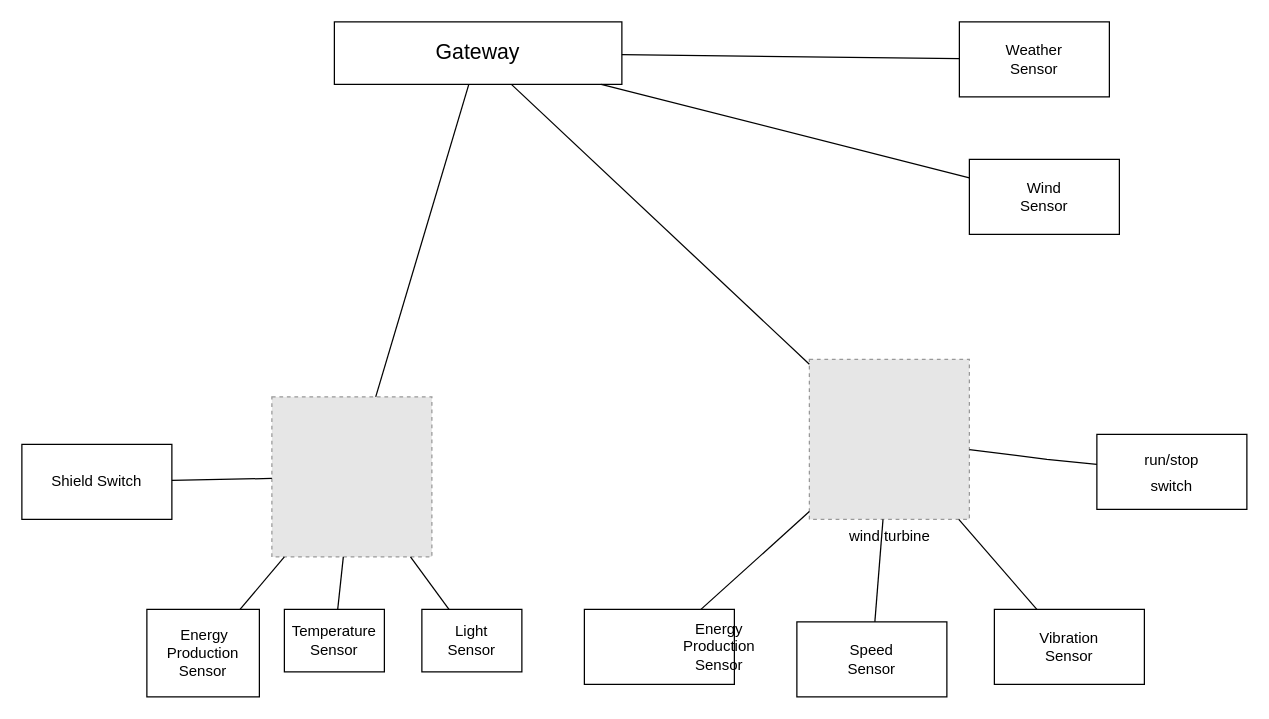
Before: energy production.drawio in micheleintrevado/SE4IOT, a draw.io diagram. Source tidied: cells renumbered, new cells numbered last; positions are measured from the earlier drawing's top-left corner, leaving out a move shared by most shapes. Both pictures are drawn from the tidied source at 125%, with x=0, y=0 at pixel (21, 21). Pictures stored in the file or linked from it are replaced by grey dashed boxes.
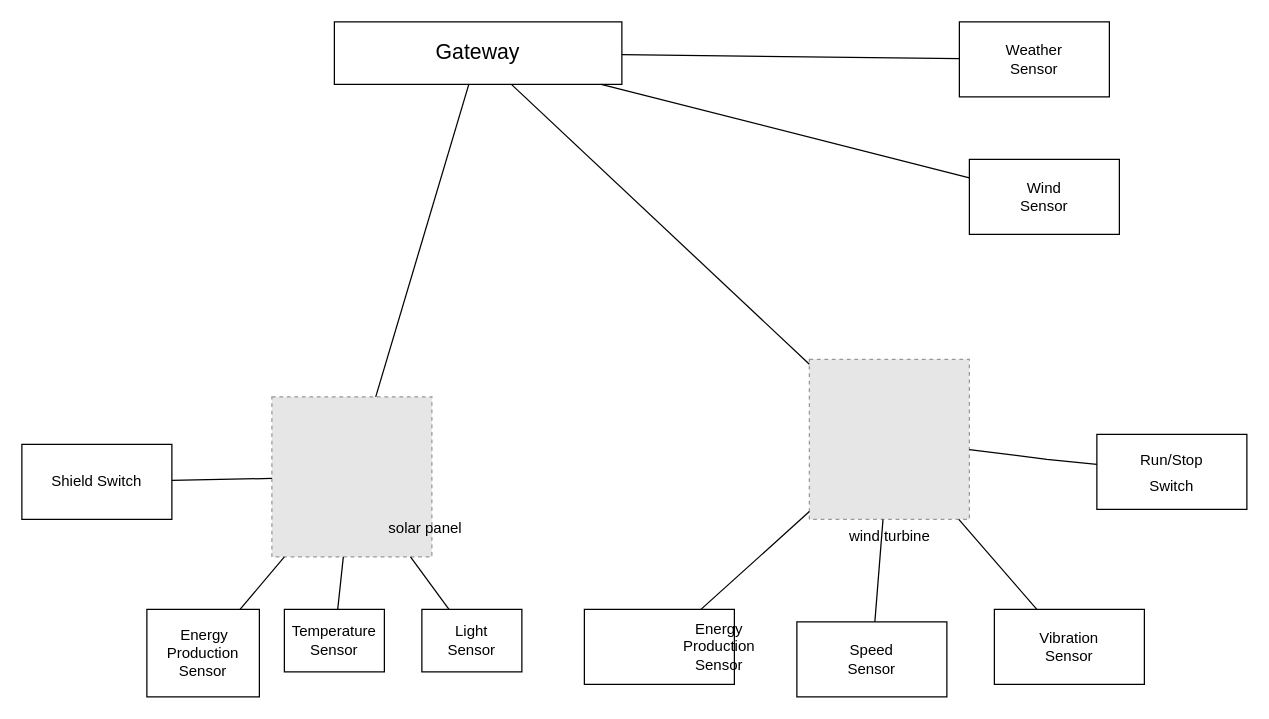
The same diagram, later.

What changed in the source:
```diff
@@
-    <mxCell id="23" value="&lt;font style=&quot;font-size: 12px;&quot;&gt;run/stop &lt;br&gt;switch&lt;/font&gt;" style="rounded=0;whiteSpace=wrap;html=1;fontSize=17;" parent="1" vertex="1">
+    <mxCell id="23" value="&lt;font style=&quot;font-size: 12px;&quot;&gt;Run/Stop &lt;br&gt;Switch&lt;/font&gt;" style="rounded=0;whiteSpace=wrap;html=1;fontSize=17;" parent="1" vertex="1">
       <mxGeometry x="860" y="330" width="120" height="60" as="geometry" />
     </mxCell>
@@
+    <mxCell id="27" value="solar panel" style="text;html=1;strokeColor=none;fillColor=none;align=center;verticalAlign=middle;whiteSpace=wrap;rounded=0;" parent="1" vertex="1">
+      <mxGeometry x="263" y="390" width="120" height="30" as="geometry" />
+    </mxCell>
```
